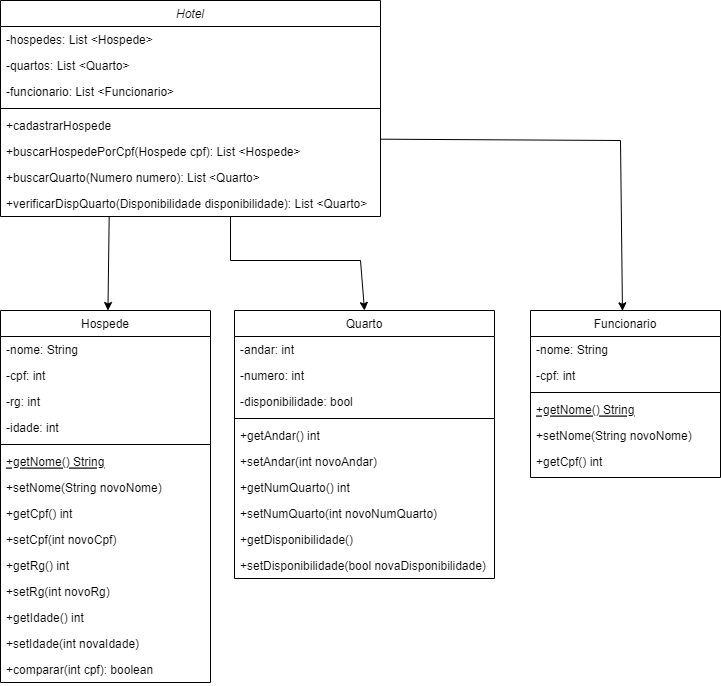
MurilowJr/bertoti keeps this draw.io diagram as Engenharia de Software/Diagrama de Classes UML.drawio.png. Above is the earlier version. Source tidied: cells renumbered, new cells last; positions are measured from the earlier drawing's top-left corner, leaving out a move shared by most shapes.
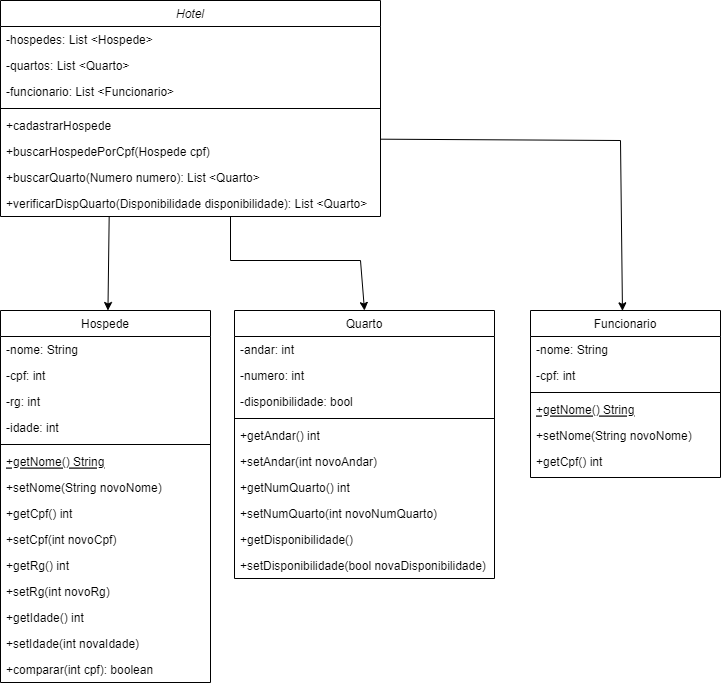
The same diagram one commit later.

What changed in the source:
```diff
@@ -20,7 +20,7 @@
     <mxCell id="7" value="+cadastrarHospede" style="text;align=left;verticalAlign=top;spacingLeft=4;spacingRight=4;overflow=hidden;points=[[0,0.5],[1,0.5]];portConstraint=eastwest;" parent="2" vertex="1">
       <mxGeometry y="112" width="380" height="26" as="geometry" />
     </mxCell>
-    <mxCell id="8" value="+buscarHospedePorCpf(Hospede cpf): List &lt;Hospede&gt; " style="text;align=left;verticalAlign=top;spacingLeft=4;spacingRight=4;overflow=hidden;" parent="2" vertex="1">
+    <mxCell id="8" value="+buscarHospedePorCpf(Hospede cpf)" style="text;align=left;verticalAlign=top;spacingLeft=4;spacingRight=4;overflow=hidden;" parent="2" vertex="1">
       <mxGeometry y="138" width="380" height="26" as="geometry" />
     </mxCell>
     <mxCell id="9" value="+buscarQuarto(Numero numero): List &lt;Quarto&gt; " style="text;align=left;verticalAlign=top;spacingLeft=4;spacingRight=4;overflow=hidden;" parent="2" vertex="1">
```
